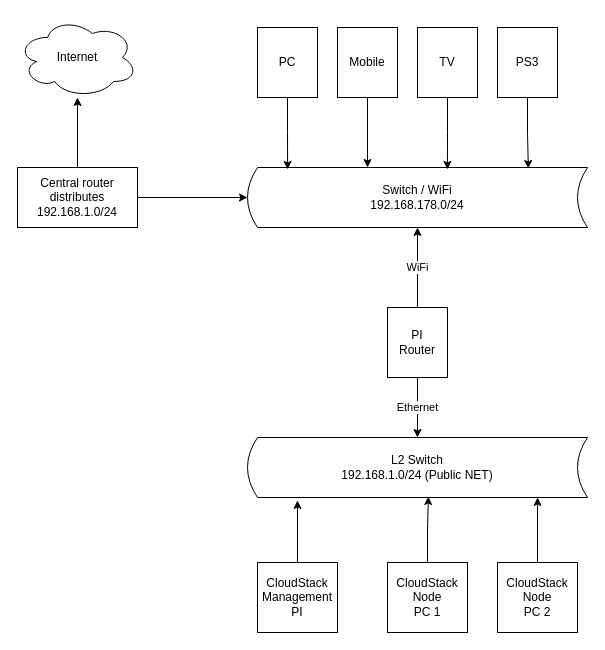
This is home-network-design.drawio from snooops/dbaas-concept, a draw.io file, before an edit. Source tidied: cells renumbered, new cells numbered last; positions are measured from the earlier drawing's top-left corner, leaving out a move shared by most shapes. Both pictures are drawn from the tidied source at 100%, with x=0, y=0 at pixel (17, 17).
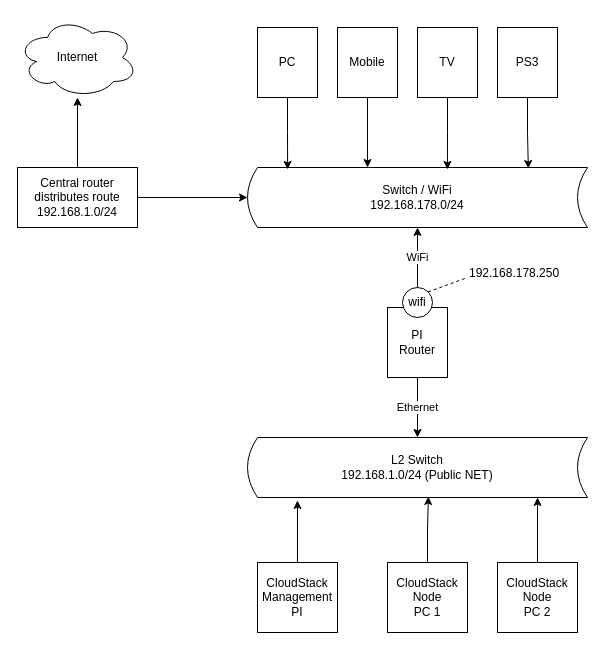
The same page after the edit.

Commit message:
added - pi router interface ip

The change refers to these unchanged cells:
```xml
<mxCell id="6" value="&lt;div&gt;Switch / WiFi&lt;/div&gt;&lt;div&gt;192.168.178.0/24&lt;br&gt;&lt;/div&gt;" style="shape=dataStorage;whiteSpace=wrap;html=1;fixedSize=1;size=10;" parent="1" vertex="1">
  <mxGeometry x="230" y="150" width="340" height="60" as="geometry" />
</mxCell>
<mxCell id="17" value="&lt;div&gt;PI&lt;/div&gt;&lt;div&gt;Router&lt;br&gt;&lt;/div&gt;" style="rounded=0;whiteSpace=wrap;html=1;" parent="1" vertex="1">
  <mxGeometry x="370" y="290" width="60" height="70" as="geometry" />
</mxCell>
```

The edit, as a diff of the source:
```diff
@@
-    <mxCell id="4" value="&lt;div&gt;Central router&lt;/div&gt;&lt;div&gt;distributes 192.168.1.0/24&lt;br&gt;&lt;/div&gt;" style="rounded=0;whiteSpace=wrap;html=1;" parent="1" vertex="1">
+    <mxCell id="4" value="&lt;div&gt;Central router&lt;/div&gt;&lt;div&gt;distributes route 192.168.1.0/24&lt;br&gt;&lt;/div&gt;" style="rounded=0;whiteSpace=wrap;html=1;" parent="1" vertex="1">
       <mxGeometry y="150" width="120" height="60" as="geometry" />
     </mxCell>
@@
-    <mxCell id="15" value="WiFi" style="edgeStyle=orthogonalEdgeStyle;rounded=0;jettySize=auto;html=1;" parent="1" edge="1" source="17" target="6">
+    <mxCell id="15" value="WiFi" style="edgeStyle=orthogonalEdgeStyle;rounded=0;jettySize=auto;html=1;startArrow=none;" parent="1" edge="1" source="25" target="6">
       <mxGeometry relative="1" as="geometry" />
     </mxCell>
@@
+    <mxCell id="25" value="wifi" style="ellipse;whiteSpace=wrap;html=1;" parent="1" vertex="1">
+      <mxGeometry x="385" y="270" width="30" height="30" as="geometry" />
+    </mxCell>
+    <mxCell id="26" style="endArrow=none;dashed=1;html=1;rounded=0;exitX=1;exitY=0;exitDx=0;exitDy=0;" parent="1" edge="1" source="25">
+      <mxGeometry relative="1" as="geometry">
+        <mxPoint x="450" y="260" as="targetPoint" />
+      </mxGeometry>
+    </mxCell>
+    <mxCell id="27" value="&lt;div&gt;&lt;br&gt;&lt;/div&gt;&lt;div&gt;192.168.178.250&lt;br&gt;&lt;/div&gt;" style="text;html=1;strokeColor=none;fillColor=none;spacing=5;spacingTop=-20;whiteSpace=wrap;overflow=hidden;rounded=0;" parent="1" vertex="1">
+      <mxGeometry x="447" y="245" width="100" height="20" as="geometry" />
+    </mxCell>
```
